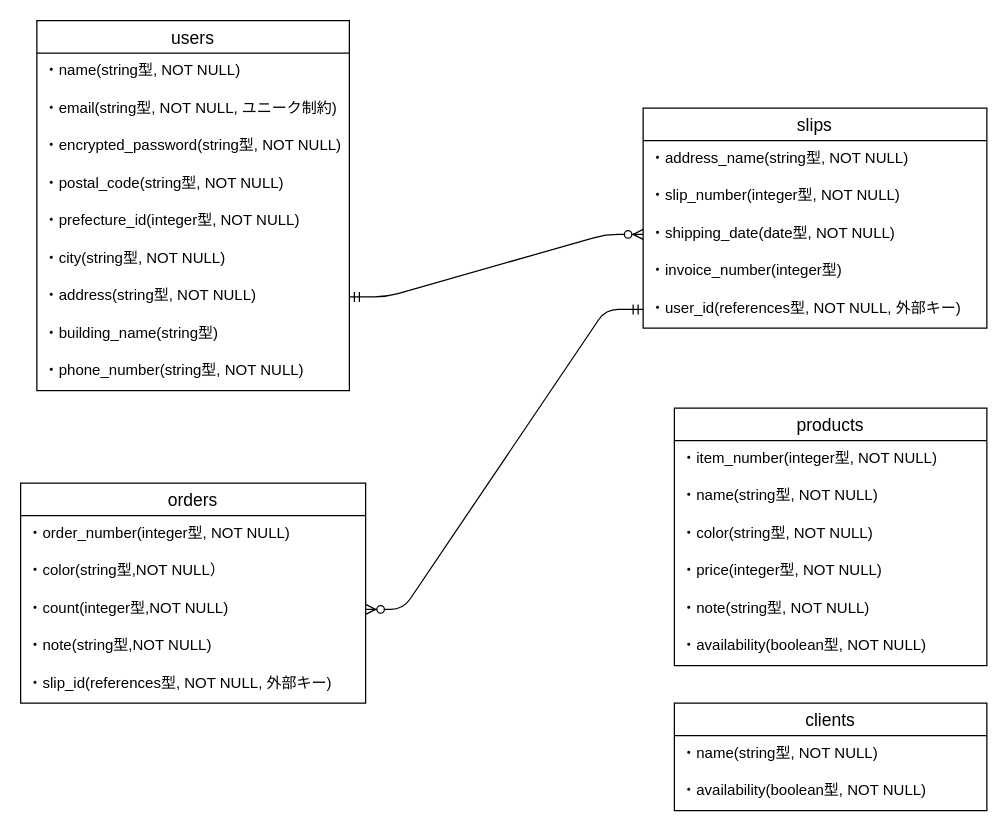
hiddy0329/easy_slips keeps this draw.io diagram as easy_slips.dio. Above is the earlier version. Source tidied: cells renumbered, new cells numbered last; positions are measured from the earlier drawing's top-left corner, leaving out a move shared by most shapes. Both pictures are drawn from the tidied source at 125%, with x=0, y=0 at pixel (20, 20).
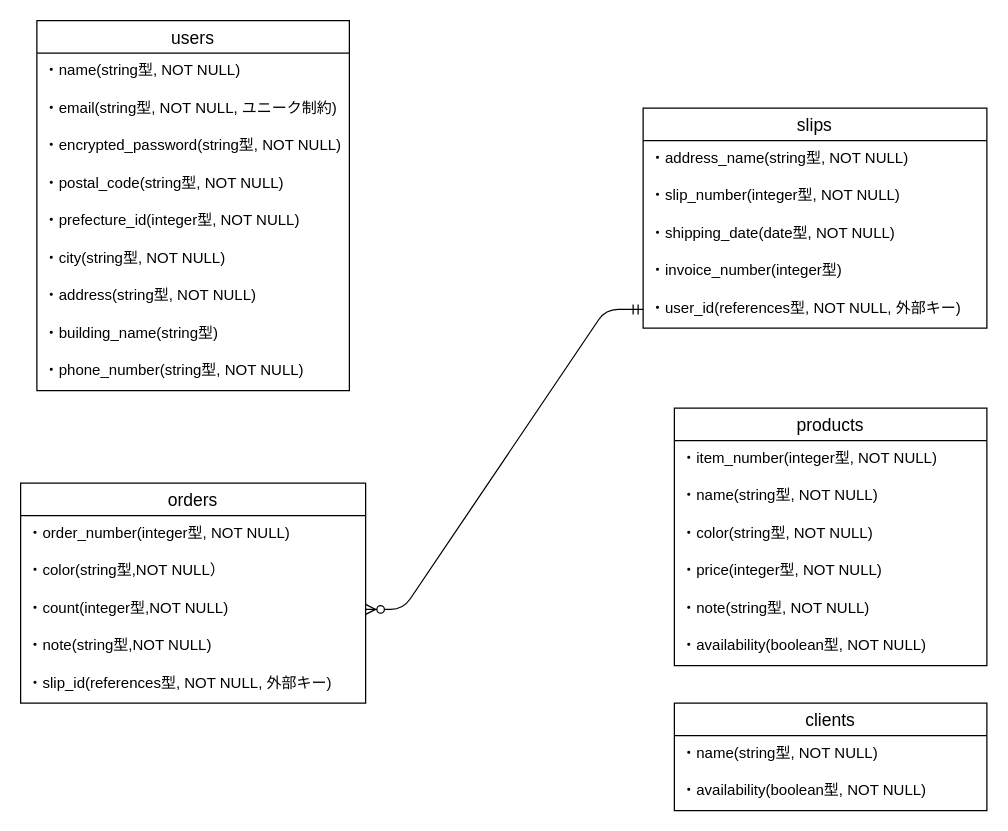
The same page after the edit.

Commit message (it also covers changes not shown here):
ER図とREADMEの修正

Unchanged cells that the change refers to:
```xml
<mxCell id="9" value="・address(string型, NOT NULL)" style="text;strokeColor=none;fillColor=none;spacingLeft=4;spacingRight=4;overflow=hidden;points=[[0,0.5],[1,0.5]];portConstraint=eastwest;fontSize=12;" parent="2" vertex="1">
  <mxGeometry y="206" width="250" height="30" as="geometry" />
</mxCell>
<mxCell id="25" value="・shipping_date(date型, NOT NULL)" style="text;strokeColor=none;fillColor=none;spacingLeft=4;spacingRight=4;overflow=hidden;points=[[0,0.5],[1,0.5]];portConstraint=eastwest;fontSize=12;" parent="22" vertex="1">
  <mxGeometry y="86" width="275" height="30" as="geometry" />
</mxCell>
```

The edit, as a diff of the source:
```diff
@@
-    <mxCell id="28" style="edgeStyle=entityRelationEdgeStyle;fontSize=12;html=1;endArrow=ERzeroToMany;startArrow=ERmandOne;exitX=1;exitY=0.5;exitDx=0;exitDy=0;" parent="1" edge="1" source="9" target="25">
-      <mxGeometry relative="1" as="geometry" />
-    </mxCell>
```
